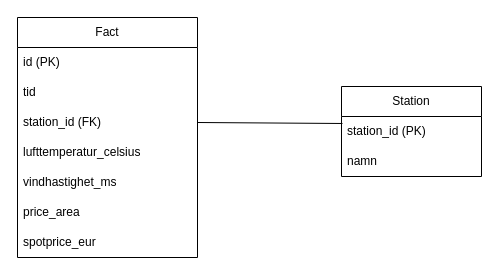
Above: database.drawio in mrimon93/Graduation_Project (draw.io), before the change. Source tidied: cells renumbered, new cells numbered last; positions are measured from the earlier drawing's top-left corner, leaving out a move shared by most shapes. Both pictures are drawn from the tidied source at 100%, with x=0, y=0 at pixel (17, 17).
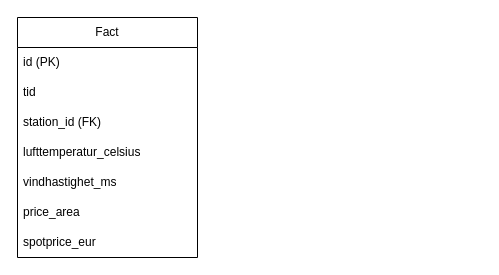
Above is the later version.

Commit message (it also covers changes not shown here):
removed station table from database

Diff of the diagram source:
```diff
@@
 <mxGraphModel>
   <root>
     <mxCell id="0" />
     <mxCell id="1" parent="0" />
     <mxCell id="2" value="Fact" style="swimlane;fontStyle=0;horizontal=1;startSize=30;whiteSpace=wrap;html=1;" parent="1" vertex="1">
       <mxGeometry width="180" height="240" as="geometry" />
     </mxCell>
     <mxCell id="3" value="id (PK)" style="text;strokeColor=none;fillColor=none;align=left;verticalAlign=middle;spacingLeft=4;spacingRight=4;overflow=hidden;whiteSpace=wrap;html=1;" parent="2" vertex="1">
       <mxGeometry y="30" width="180" height="30" as="geometry" />
     </mxCell>
     <mxCell id="4" value="tid&amp;nbsp;" style="text;strokeColor=none;fillColor=none;align=left;verticalAlign=middle;spacingLeft=4;spacingRight=4;overflow=hidden;whiteSpace=wrap;html=1;" parent="2" vertex="1">
       <mxGeometry y="60" width="180" height="30" as="geometry" />
     </mxCell>
     <mxCell id="5" value="station_id (FK)" style="text;strokeColor=none;fillColor=none;align=left;verticalAlign=middle;spacingLeft=4;spacingRight=4;overflow=hidden;points=[[0,0.5],[1,0.5]];portConstraint=eastwest;whiteSpace=wrap;html=1;" parent="2" vertex="1">
       <mxGeometry y="90" width="180" height="30" as="geometry" />
     </mxCell>
     <mxCell id="6" value="lufttemperatur_celsius" style="text;strokeColor=none;fillColor=none;align=left;verticalAlign=middle;spacingLeft=4;spacingRight=4;overflow=hidden;whiteSpace=wrap;html=1;" parent="2" vertex="1">
       <mxGeometry y="120" width="180" height="30" as="geometry" />
     </mxCell>
     <mxCell id="7" value="vindhastighet_ms" style="text;strokeColor=none;fillColor=none;align=left;verticalAlign=middle;spacingLeft=4;spacingRight=4;overflow=hidden;whiteSpace=wrap;html=1;" parent="2" vertex="1">
       <mxGeometry y="150" width="180" height="30" as="geometry" />
     </mxCell>
     <mxCell id="8" value="price_area" style="text;strokeColor=none;fillColor=none;align=left;verticalAlign=middle;spacingLeft=4;spacingRight=4;overflow=hidden;whiteSpace=wrap;html=1;" parent="2" vertex="1">
       <mxGeometry y="180" width="180" height="30" as="geometry" />
     </mxCell>
     <mxCell id="9" value="spotprice_eur" style="text;strokeColor=none;fillColor=none;align=left;verticalAlign=middle;spacingLeft=4;spacingRight=4;overflow=hidden;whiteSpace=wrap;html=1;" parent="2" vertex="1">
       <mxGeometry y="210" width="180" height="30" as="geometry" />
     </mxCell>
-    <mxCell id="10" value="Station" style="swimlane;fontStyle=0;horizontal=1;startSize=30;whiteSpace=wrap;html=1;" parent="1" vertex="1">
-      <mxGeometry x="324" y="69" width="140" height="90" as="geometry" />
-    </mxCell>
-    <mxCell id="11" value="station_id (PK)" style="text;strokeColor=none;fillColor=none;align=left;verticalAlign=middle;spacingLeft=4;spacingRight=4;overflow=hidden;points=[[0,0.5],[1,0.5]];portConstraint=eastwest;whiteSpace=wrap;html=1;" parent="10" vertex="1">
-      <mxGeometry y="30" width="140" height="30" as="geometry" />
-    </mxCell>
-    <mxCell id="12" value="namn" style="text;strokeColor=none;fillColor=none;align=left;verticalAlign=middle;spacingLeft=4;spacingRight=4;overflow=hidden;whiteSpace=wrap;html=1;" parent="10" vertex="1">
-      <mxGeometry y="60" width="140" height="30" as="geometry" />
-    </mxCell>
-    <mxCell id="13" style="edgeStyle=none;html=1;entryX=0.007;entryY=0.233;entryDx=0;entryDy=0;entryPerimeter=0;exitX=1;exitY=0.5;exitDx=0;exitDy=0;endArrow=none;endFill=0;" parent="1" edge="1" source="5" target="11">
-      <mxGeometry relative="1" as="geometry" />
-    </mxCell>
   </root>
 </mxGraphModel>
```
